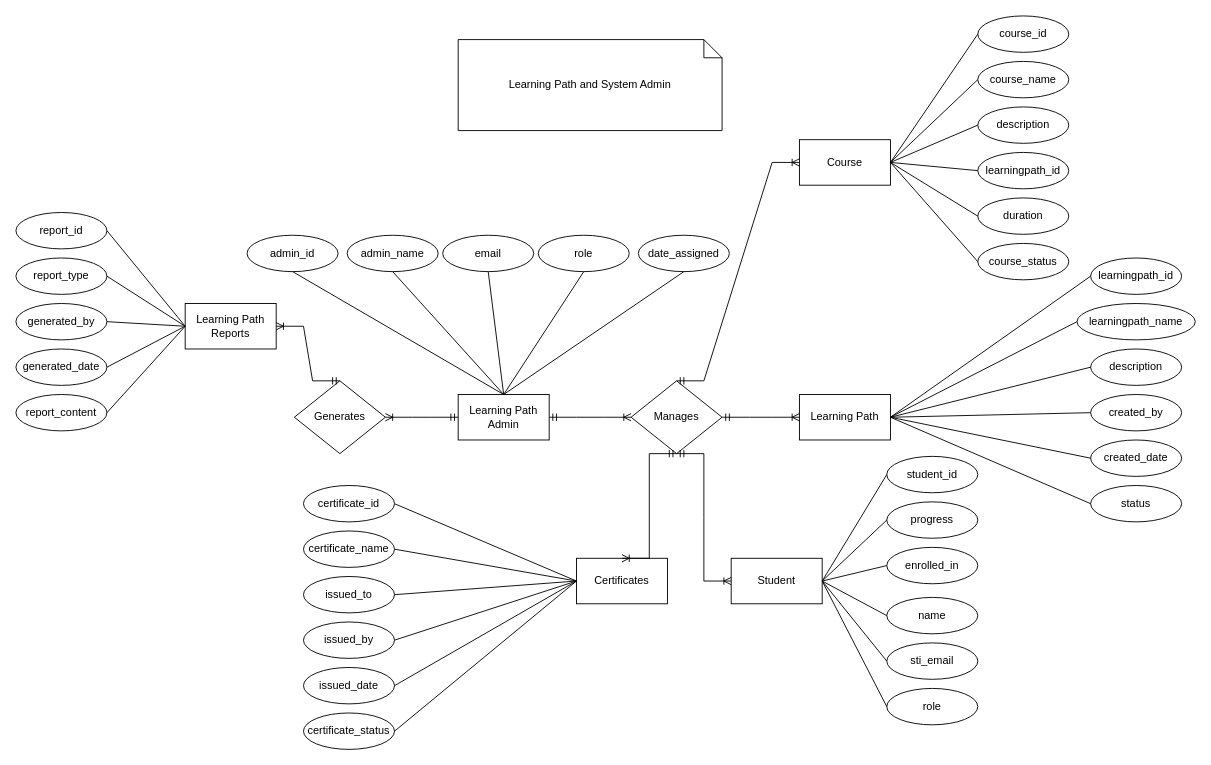
rnrhltn/javanc3uc1 keeps this draw.io diagram as page "Page-4" (2 of 3) of SL-Activities/Task121/.drawio. Above is the earlier version. Source tidied: cells renumbered, new cells numbered last; positions are measured from the earlier drawing's top-left corner, leaving out a move shared by most shapes. Both pictures are drawn from the tidied source at 91%, with x=0, y=0 at pixel (15, 15).
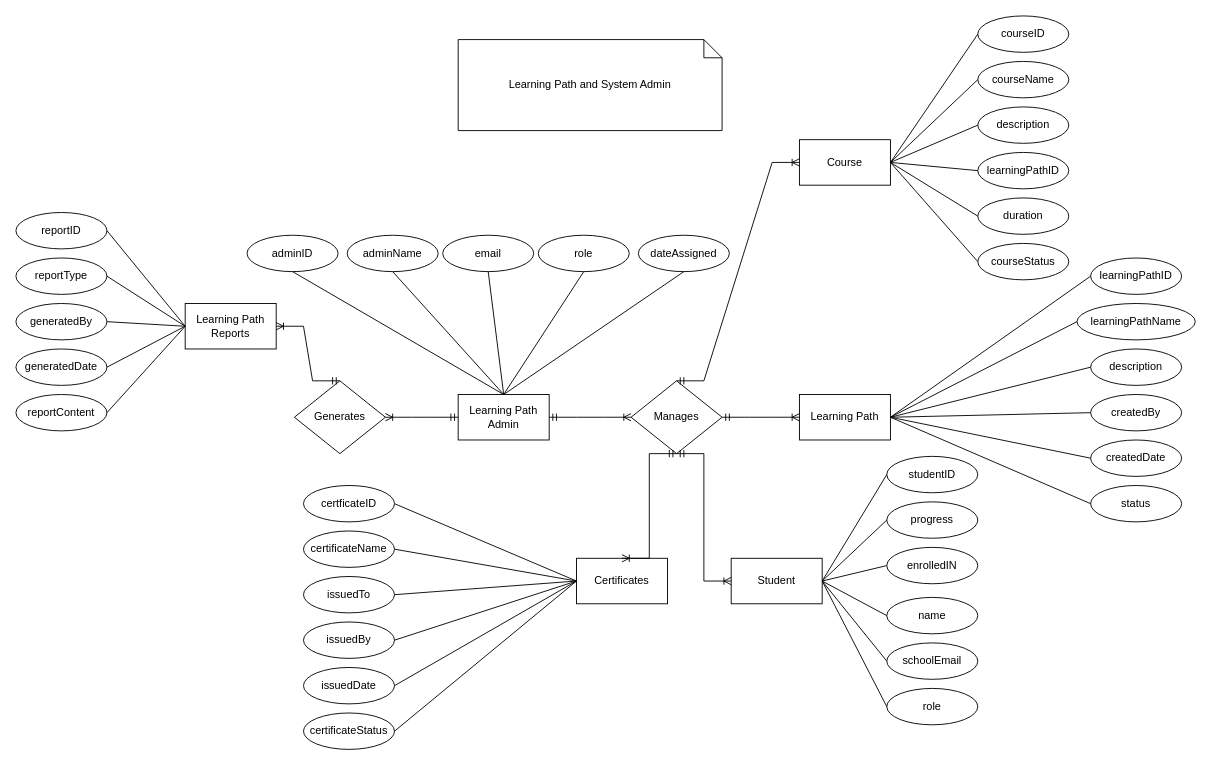
Above is the later version.

The edit, as a diff of the source:
```diff
@@
-    <mxCell id="18" value="report_id" style="ellipse;whiteSpace=wrap;html=1;align=center;" parent="1" vertex="1">
+    <mxCell id="18" value="reportID" style="ellipse;whiteSpace=wrap;html=1;align=center;" parent="1" vertex="1">
       <mxGeometry y="216" width="100" height="40" as="geometry" />
     </mxCell>
@@
-    <mxCell id="20" value="admin_id" style="ellipse;whiteSpace=wrap;html=1;align=center;" parent="1" vertex="1">
+    <mxCell id="20" value="adminID" style="ellipse;whiteSpace=wrap;html=1;align=center;" parent="1" vertex="1">
       <mxGeometry x="254" y="241" width="100" height="40" as="geometry" />
     </mxCell>
-    <mxCell id="21" value="admin_name" style="ellipse;whiteSpace=wrap;html=1;align=center;" parent="1" vertex="1">
+    <mxCell id="21" value="adminName" style="ellipse;whiteSpace=wrap;html=1;align=center;" parent="1" vertex="1">
       <mxGeometry x="364" y="241" width="100" height="40" as="geometry" />
     </mxCell>
@@
-    <mxCell id="24" value="date_assigned" style="ellipse;whiteSpace=wrap;html=1;align=center;" parent="1" vertex="1">
+    <mxCell id="24" value="dateAssigned" style="ellipse;whiteSpace=wrap;html=1;align=center;" parent="1" vertex="1">
       <mxGeometry x="684" y="241" width="100" height="40" as="geometry" />
     </mxCell>
@@
-    <mxCell id="30" value="report_type" style="ellipse;whiteSpace=wrap;html=1;align=center;" parent="1" vertex="1">
+    <mxCell id="30" value="reportType" style="ellipse;whiteSpace=wrap;html=1;align=center;" parent="1" vertex="1">
       <mxGeometry y="266" width="100" height="40" as="geometry" />
     </mxCell>
-    <mxCell id="31" value="generated_by" style="ellipse;whiteSpace=wrap;html=1;align=center;" parent="1" vertex="1">
+    <mxCell id="31" value="generatedBy" style="ellipse;whiteSpace=wrap;html=1;align=center;" parent="1" vertex="1">
       <mxGeometry y="316" width="100" height="40" as="geometry" />
     </mxCell>
-    <mxCell id="32" value="generated_date" style="ellipse;whiteSpace=wrap;html=1;align=center;" parent="1" vertex="1">
+    <mxCell id="32" value="generatedDate" style="ellipse;whiteSpace=wrap;html=1;align=center;" parent="1" vertex="1">
       <mxGeometry y="366" width="100" height="40" as="geometry" />
     </mxCell>
-    <mxCell id="33" value="report_content" style="ellipse;whiteSpace=wrap;html=1;align=center;" parent="1" vertex="1">
+    <mxCell id="33" value="reportContent" style="ellipse;whiteSpace=wrap;html=1;align=center;" parent="1" vertex="1">
       <mxGeometry y="416" width="100" height="40" as="geometry" />
     </mxCell>
@@
-    <mxCell id="38" value="learningpath_id" style="ellipse;whiteSpace=wrap;html=1;align=center;" parent="1" vertex="1">
+    <mxCell id="38" value="learningPathID" style="ellipse;whiteSpace=wrap;html=1;align=center;" parent="1" vertex="1">
       <mxGeometry x="1181" y="266" width="100" height="40" as="geometry" />
     </mxCell>
-    <mxCell id="39" value="learningpath_name" style="ellipse;whiteSpace=wrap;html=1;align=center;" parent="1" vertex="1">
+    <mxCell id="39" value="learningPathName" style="ellipse;whiteSpace=wrap;html=1;align=center;" parent="1" vertex="1">
       <mxGeometry x="1166" y="316" width="130" height="40" as="geometry" />
     </mxCell>
@@
-    <mxCell id="41" value="created_by" style="ellipse;whiteSpace=wrap;html=1;align=center;" parent="1" vertex="1">
+    <mxCell id="41" value="createdBy" style="ellipse;whiteSpace=wrap;html=1;align=center;" parent="1" vertex="1">
       <mxGeometry x="1181" y="416" width="100" height="40" as="geometry" />
     </mxCell>
-    <mxCell id="42" value="created_date" style="ellipse;whiteSpace=wrap;html=1;align=center;" parent="1" vertex="1">
+    <mxCell id="42" value="createdDate" style="ellipse;whiteSpace=wrap;html=1;align=center;" parent="1" vertex="1">
       <mxGeometry x="1181" y="466" width="100" height="40" as="geometry" />
     </mxCell>
@@
-    <mxCell id="50" value="student_id" style="ellipse;whiteSpace=wrap;html=1;align=center;" parent="1" vertex="1">
+    <mxCell id="50" value="studentID" style="ellipse;whiteSpace=wrap;html=1;align=center;" parent="1" vertex="1">
       <mxGeometry x="957" y="484" width="100" height="40" as="geometry" />
     </mxCell>
@@
-    <mxCell id="52" value="sti_email" style="ellipse;whiteSpace=wrap;html=1;align=center;" parent="1" vertex="1">
+    <mxCell id="52" value="schoolEmail" style="ellipse;whiteSpace=wrap;html=1;align=center;" parent="1" vertex="1">
       <mxGeometry x="957" y="689" width="100" height="40" as="geometry" />
     </mxCell>
@@
-    <mxCell id="54" value="enrolled_in" style="ellipse;whiteSpace=wrap;html=1;align=center;" parent="1" vertex="1">
+    <mxCell id="54" value="enrolledIN" style="ellipse;whiteSpace=wrap;html=1;align=center;" parent="1" vertex="1">
       <mxGeometry x="957" y="584" width="100" height="40" as="geometry" />
     </mxCell>
@@
-    <mxCell id="62" value="&lt;div&gt;course_id&lt;/div&gt;" style="ellipse;whiteSpace=wrap;html=1;align=center;" parent="1" vertex="1">
+    <mxCell id="62" value="&lt;div&gt;courseID&lt;/div&gt;" style="ellipse;whiteSpace=wrap;html=1;align=center;" parent="1" vertex="1">
       <mxGeometry x="1057" width="100" height="40" as="geometry" />
     </mxCell>
-    <mxCell id="63" value="&lt;div&gt;course_name&lt;/div&gt;" style="ellipse;whiteSpace=wrap;html=1;align=center;" parent="1" vertex="1">
+    <mxCell id="63" value="&lt;div&gt;courseName&lt;/div&gt;" style="ellipse;whiteSpace=wrap;html=1;align=center;" parent="1" vertex="1">
       <mxGeometry x="1057" y="50" width="100" height="40" as="geometry" />
     </mxCell>
@@
-    <mxCell id="65" value="&lt;div&gt;learningpath_id&lt;/div&gt;" style="ellipse;whiteSpace=wrap;html=1;align=center;" parent="1" vertex="1">
+    <mxCell id="65" value="&lt;div&gt;learningPathID&lt;/div&gt;" style="ellipse;whiteSpace=wrap;html=1;align=center;" parent="1" vertex="1">
       <mxGeometry x="1057" y="150" width="100" height="40" as="geometry" />
     </mxCell>
-    <mxCell id="66" value="&lt;div&gt;course_status&lt;/div&gt;" style="ellipse;whiteSpace=wrap;html=1;align=center;" parent="1" vertex="1">
+    <mxCell id="66" value="&lt;div&gt;courseStatus&lt;/div&gt;" style="ellipse;whiteSpace=wrap;html=1;align=center;" parent="1" vertex="1">
       <mxGeometry x="1057" y="250" width="100" height="40" as="geometry" />
     </mxCell>
@@
-    <mxCell id="75" value="certificate_id" style="ellipse;whiteSpace=wrap;html=1;align=center;" parent="1" vertex="1">
+    <mxCell id="75" value="certficateID" style="ellipse;whiteSpace=wrap;html=1;align=center;" parent="1" vertex="1">
       <mxGeometry x="316" y="516" width="100" height="40" as="geometry" />
     </mxCell>
@@
-    <mxCell id="77" value="certificate_name" style="ellipse;whiteSpace=wrap;html=1;align=center;" parent="1" vertex="1">
+    <mxCell id="77" value="certificateName" style="ellipse;whiteSpace=wrap;html=1;align=center;" parent="1" vertex="1">
       <mxGeometry x="316" y="566" width="100" height="40" as="geometry" />
     </mxCell>
-    <mxCell id="78" value="issued_to" style="ellipse;whiteSpace=wrap;html=1;align=center;" parent="1" vertex="1">
+    <mxCell id="78" value="issuedTo" style="ellipse;whiteSpace=wrap;html=1;align=center;" parent="1" vertex="1">
       <mxGeometry x="316" y="616" width="100" height="40" as="geometry" />
     </mxCell>
-    <mxCell id="79" value="issued_by" style="ellipse;whiteSpace=wrap;html=1;align=center;" parent="1" vertex="1">
+    <mxCell id="79" value="issuedBy" style="ellipse;whiteSpace=wrap;html=1;align=center;" parent="1" vertex="1">
       <mxGeometry x="316" y="666" width="100" height="40" as="geometry" />
     </mxCell>
-    <mxCell id="80" value="issued_date" style="ellipse;whiteSpace=wrap;html=1;align=center;" parent="1" vertex="1">
+    <mxCell id="80" value="issuedDate" style="ellipse;whiteSpace=wrap;html=1;align=center;" parent="1" vertex="1">
       <mxGeometry x="316" y="716" width="100" height="40" as="geometry" />
     </mxCell>
-    <mxCell id="81" value="certificate_status" style="ellipse;whiteSpace=wrap;html=1;align=center;" parent="1" vertex="1">
+    <mxCell id="81" value="certificateStatus" style="ellipse;whiteSpace=wrap;html=1;align=center;" parent="1" vertex="1">
       <mxGeometry x="316" y="766" width="100" height="40" as="geometry" />
     </mxCell>
```
